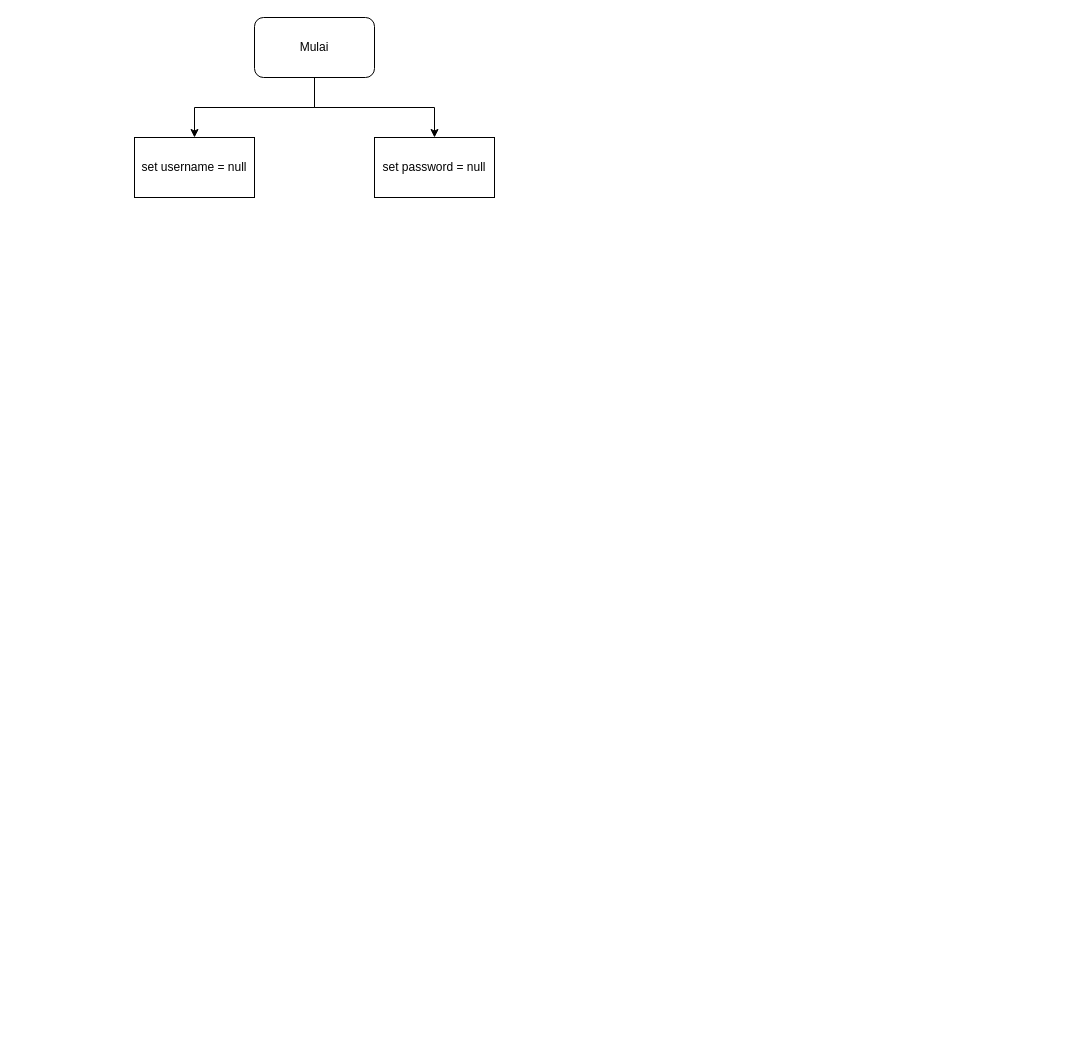
This is haiya.drawio from shinoaaa/nigachu, a draw.io file, before an edit. Source tidied: cells renumbered, new cells numbered last; positions are measured from the earlier drawing's top-left corner, leaving out a move shared by most shapes. Both pictures are drawn from the tidied source at 100%, with x=0, y=0 at pixel (134, 17).
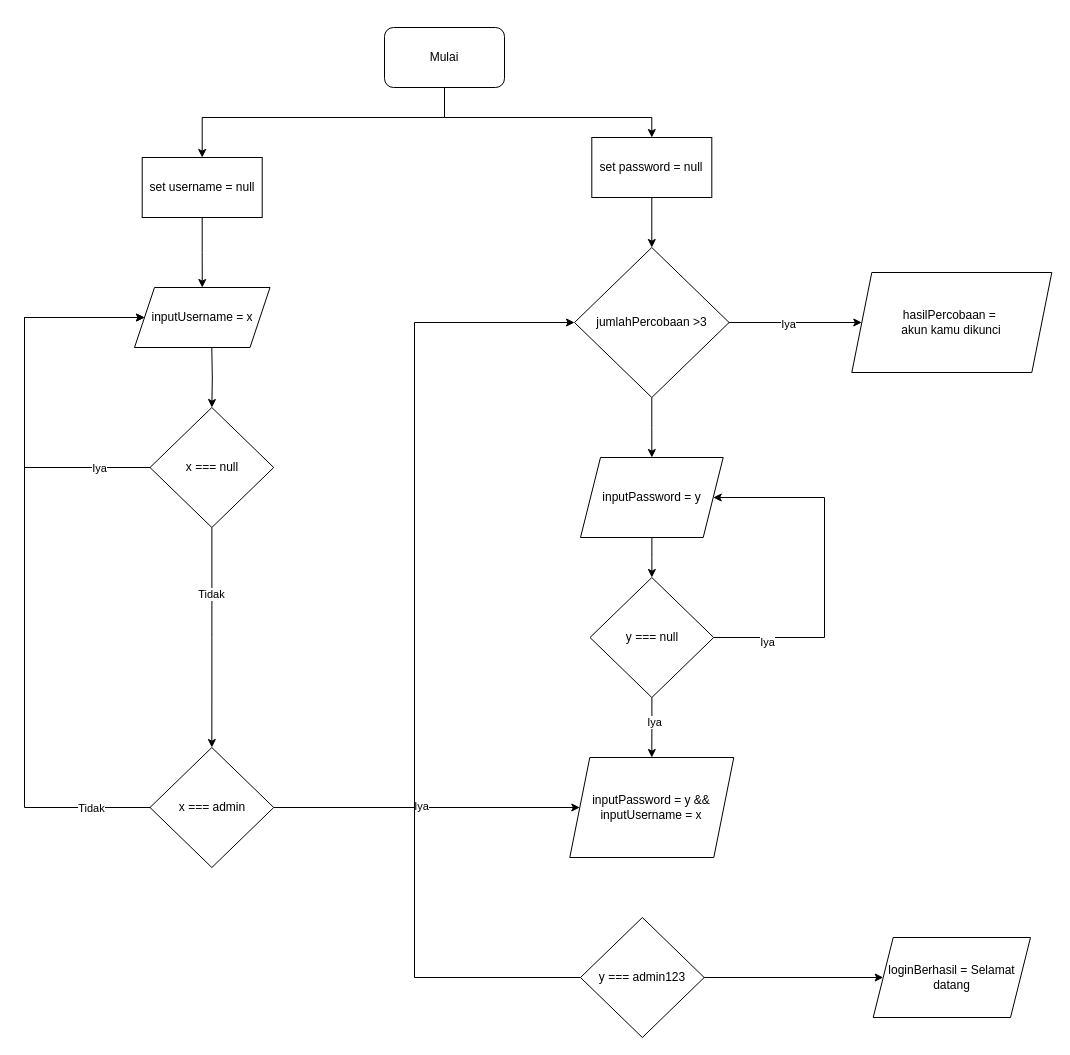
The same page after the edit.

What changed in the source:
```diff
@@
     <mxCell id="2" style="edgeStyle=orthogonalEdgeStyle;rounded=0;jettySize=auto;html=1;entryX=0.5;entryY=0;entryDx=0;entryDy=0;" parent="1" edge="1" source="4" target="6">
-      <mxGeometry relative="1" as="geometry" />
+      <mxGeometry relative="1" as="geometry">
+        <Array as="points">
+          <mxPoint x="310" y="100" />
+          <mxPoint x="517" y="100" />
+        </Array>
+      </mxGeometry>
     </mxCell>
     <mxCell id="3" style="edgeStyle=orthogonalEdgeStyle;rounded=0;jettySize=auto;html=1;entryX=0.5;entryY=0;entryDx=0;entryDy=0;" parent="1" edge="1" source="4" target="5">
-      <mxGeometry relative="1" as="geometry" />
+      <mxGeometry relative="1" as="geometry">
+        <Array as="points">
+          <mxPoint x="310" y="100" />
+          <mxPoint x="68" y="100" />
+        </Array>
+      </mxGeometry>
     </mxCell>
     <mxCell id="4" value="Mulai" style="rounded=1;whiteSpace=wrap;html=1;fillColor=light-dark(#FFFFFF,#F9F9F9);fontColor=light-dark(#000000,#050505);" parent="1" vertex="1">
-      <mxGeometry x="120" width="120" height="60" as="geometry" />
+      <mxGeometry x="250" y="10" width="120" height="60" as="geometry" />
     </mxCell>
+    <mxCell id="7" style="edgeStyle=orthogonalEdgeStyle;rounded=0;jettySize=auto;html=1;entryX=0.5;entryY=0;entryDx=0;entryDy=0;" parent="1" edge="1" source="5" target="25">
+      <mxGeometry relative="1" as="geometry" />
+    </mxCell>
     <mxCell id="5" value="set username = null" style="rounded=0;whiteSpace=wrap;html=1;fillColor=light-dark(#FFFFFF,#FFFFFF);fontColor=light-dark(#000000,#000000);" parent="1" vertex="1">
-      <mxGeometry y="120" width="120" height="60" as="geometry" />
+      <mxGeometry x="7.7" y="140" width="120" height="60" as="geometry" />
     </mxCell>
+    <mxCell id="8" style="edgeStyle=orthogonalEdgeStyle;rounded=0;jettySize=auto;html=1;entryX=0.5;entryY=0;entryDx=0;entryDy=0;" parent="1" edge="1" source="6" target="12">
+      <mxGeometry relative="1" as="geometry" />
+    </mxCell>
     <mxCell id="6" value="set password = null" style="rounded=0;whiteSpace=wrap;html=1;fillColor=light-dark(#FFFFFF,#FFFFFF);fontColor=light-dark(#000000,#000000);" parent="1" vertex="1">
-      <mxGeometry x="240" y="120" width="120" height="60" as="geometry" />
+      <mxGeometry x="457.3" y="120" width="120" height="60" as="geometry" />
     </mxCell>
+    <mxCell id="9" style="edgeStyle=orthogonalEdgeStyle;rounded=0;jettySize=auto;html=1;entryX=0;entryY=0.5;entryDx=0;entryDy=0;" parent="1" edge="1" source="12" target="24">
+      <mxGeometry relative="1" as="geometry" />
+    </mxCell>
+    <mxCell id="10" value="Iya" style="edgeLabel;html=1;align=center;verticalAlign=middle;" parent="9" vertex="1">
+      <mxGeometry x="-0.11" y="-1" relative="1" as="geometry" />
+    </mxCell>
+    <mxCell id="11" style="edgeStyle=orthogonalEdgeStyle;rounded=0;jettySize=auto;html=1;entryX=0.5;entryY=0;entryDx=0;entryDy=0;" parent="1" edge="1" source="12" target="27">
+      <mxGeometry relative="1" as="geometry" />
+    </mxCell>
+    <mxCell id="12" value="jumlahPercobaan &amp;gt;3" style="rhombus;whiteSpace=wrap;html=1;fillColor=light-dark(#FFFFFF,#FFFFFF);fontColor=light-dark(#000000,#040404);" parent="1" vertex="1">
+      <mxGeometry x="440" y="230" width="154.6" height="150" as="geometry" />
+    </mxCell>
+    <mxCell id="13" style="edgeStyle=orthogonalEdgeStyle;rounded=0;jettySize=auto;html=1;entryX=0.5;entryY=0;entryDx=0;entryDy=0;" parent="1" edge="1" target="18">
+      <mxGeometry relative="1" as="geometry">
+        <mxPoint x="77.3" y="330" as="sourcePoint" />
+      </mxGeometry>
+    </mxCell>
+    <mxCell id="14" style="edgeStyle=orthogonalEdgeStyle;rounded=0;jettySize=auto;html=1;entryX=0;entryY=0.5;entryDx=0;entryDy=0;exitX=0;exitY=0.5;exitDx=0;exitDy=0;" parent="1" edge="1" source="18" target="25">
+      <mxGeometry relative="1" as="geometry">
+        <Array as="points">
+          <mxPoint x="-110" y="450" />
+          <mxPoint x="-110" y="300" />
+        </Array>
+      </mxGeometry>
+    </mxCell>
+    <mxCell id="15" value="Iya" style="edgeLabel;html=1;align=center;verticalAlign=middle;" parent="14" vertex="1">
+      <mxGeometry x="-0.74" relative="1" as="geometry" />
+    </mxCell>
+    <mxCell id="16" style="edgeStyle=orthogonalEdgeStyle;rounded=0;jettySize=auto;html=1;entryX=0.5;entryY=0;entryDx=0;entryDy=0;" parent="1" edge="1" source="18" target="23">
+      <mxGeometry relative="1" as="geometry" />
+    </mxCell>
+    <mxCell id="17" value="Tidak" style="edgeLabel;html=1;align=center;verticalAlign=middle;" parent="16" vertex="1">
+      <mxGeometry x="-0.39" y="-1" relative="1" as="geometry" />
+    </mxCell>
+    <mxCell id="18" value="x === null" style="rhombus;whiteSpace=wrap;html=1;fillColor=light-dark(#FFFFFF,#FFFFFF);fontColor=light-dark(#000000,#040404);" parent="1" vertex="1">
+      <mxGeometry x="15.5" y="390" width="123.7" height="120" as="geometry" />
+    </mxCell>
+    <mxCell id="19" style="edgeStyle=orthogonalEdgeStyle;rounded=0;jettySize=auto;html=1;entryX=0;entryY=0.5;entryDx=0;entryDy=0;exitX=0;exitY=0.5;exitDx=0;exitDy=0;" parent="1" edge="1" source="23" target="25">
+      <mxGeometry relative="1" as="geometry">
+        <Array as="points">
+          <mxPoint x="-110" y="790" />
+          <mxPoint x="-110" y="300" />
+        </Array>
+      </mxGeometry>
+    </mxCell>
+    <mxCell id="20" value="Tidak" style="edgeLabel;html=1;align=center;verticalAlign=middle;" parent="19" vertex="1">
+      <mxGeometry x="-0.84" relative="1" as="geometry" />
+    </mxCell>
+    <mxCell id="21" style="edgeStyle=orthogonalEdgeStyle;rounded=0;jettySize=auto;html=1;entryX=0;entryY=0.5;entryDx=0;entryDy=0;" parent="1" edge="1" source="23" target="32">
+      <mxGeometry relative="1" as="geometry" />
+    </mxCell>
+    <mxCell id="22" value="Iya" style="edgeLabel;html=1;align=center;verticalAlign=middle;" parent="21" vertex="1">
+      <mxGeometry x="-0.04" y="3" relative="1" as="geometry">
+        <mxPoint y="1" as="offset" />
+      </mxGeometry>
+    </mxCell>
+    <mxCell id="23" value="x === admin" style="rhombus;whiteSpace=wrap;html=1;fillColor=light-dark(#FFFFFF,#FFFFFF);fontColor=light-dark(#000000,#040404);" parent="1" vertex="1">
+      <mxGeometry x="15.5" y="730" width="123.7" height="120" as="geometry" />
+    </mxCell>
+    <mxCell id="24" value="hasilPercobaan =&amp;nbsp;&lt;div&gt;akun kamu dikunci&lt;/div&gt;" style="shape=parallelogram;perimeter=parallelogramPerimeter;whiteSpace=wrap;html=1;fixedSize=1;fillColor=light-dark(#FFFFFF,#F0F0F0);fontColor=light-dark(#000000,#000000);" parent="1" vertex="1">
+      <mxGeometry x="717.3" y="255" width="200" height="100" as="geometry" />
+    </mxCell>
+    <mxCell id="25" value="inputUsername = x" style="shape=parallelogram;perimeter=parallelogramPerimeter;whiteSpace=wrap;html=1;fixedSize=1;fillColor=light-dark(#FFFFFF,#F0F0F0);fontColor=light-dark(#000000,#000000);" parent="1" vertex="1">
+      <mxGeometry y="270" width="135.5" height="60" as="geometry" />
+    </mxCell>
+    <mxCell id="26" style="edgeStyle=orthogonalEdgeStyle;rounded=0;jettySize=auto;html=1;entryX=0.5;entryY=0;entryDx=0;entryDy=0;" parent="1" edge="1" source="27" target="37">
+      <mxGeometry relative="1" as="geometry" />
+    </mxCell>
+    <mxCell id="27" value="inputPassword = y" style="shape=parallelogram;perimeter=parallelogramPerimeter;whiteSpace=wrap;html=1;fixedSize=1;fillColor=light-dark(#FFFFFF,#F0F0F0);fontColor=light-dark(#000000,#000000);" parent="1" vertex="1">
+      <mxGeometry x="446" y="440" width="142.7" height="80" as="geometry" />
+    </mxCell>
+    <mxCell id="28" style="edgeStyle=orthogonalEdgeStyle;rounded=0;jettySize=auto;html=1;entryX=0;entryY=0.5;entryDx=0;entryDy=0;" parent="1" edge="1" source="30" target="12">
+      <mxGeometry relative="1" as="geometry">
+        <Array as="points">
+          <mxPoint x="280" y="960" />
+          <mxPoint x="280" y="305" />
+        </Array>
+      </mxGeometry>
+    </mxCell>
+    <mxCell id="29" style="edgeStyle=orthogonalEdgeStyle;rounded=0;jettySize=auto;html=1;entryX=0;entryY=0.5;entryDx=0;entryDy=0;" parent="1" edge="1" source="30" target="31">
+      <mxGeometry relative="1" as="geometry" />
+    </mxCell>
+    <mxCell id="30" value="y === admin123" style="rhombus;whiteSpace=wrap;html=1;fillColor=light-dark(#FFFFFF,#FFFFFF);fontColor=light-dark(#000000,#040404);" parent="1" vertex="1">
+      <mxGeometry x="446" y="900" width="123.7" height="120" as="geometry" />
+    </mxCell>
+    <mxCell id="31" value="loginBerhasil = Selamat datang" style="shape=parallelogram;perimeter=parallelogramPerimeter;whiteSpace=wrap;html=1;fixedSize=1;fillColor=light-dark(#FFFFFF,#F0F0F0);fontColor=light-dark(#000000,#000000);" parent="1" vertex="1">
+      <mxGeometry x="738.7" y="920" width="157.3" height="80" as="geometry" />
+    </mxCell>
+    <mxCell id="32" value="inputPassword = y &amp;amp;&amp;amp;&lt;div&gt;inputUsername = x&lt;/div&gt;" style="shape=parallelogram;perimeter=parallelogramPerimeter;whiteSpace=wrap;html=1;fixedSize=1;fillColor=light-dark(#FFFFFF,#F0F0F0);fontColor=light-dark(#000000,#000000);" parent="1" vertex="1">
+      <mxGeometry x="435.3" y="740" width="164" height="100" as="geometry" />
+    </mxCell>
+    <mxCell id="33" style="edgeStyle=orthogonalEdgeStyle;rounded=0;jettySize=auto;html=1;entryX=1;entryY=0.5;entryDx=0;entryDy=0;" parent="1" edge="1" source="37" target="27">
+      <mxGeometry relative="1" as="geometry">
+        <Array as="points">
+          <mxPoint x="690" y="620" />
+          <mxPoint x="690" y="480" />
+        </Array>
+      </mxGeometry>
+    </mxCell>
+    <mxCell id="34" value="Iya" style="edgeLabel;html=1;align=center;verticalAlign=middle;" parent="33" vertex="1">
+      <mxGeometry x="-0.71" y="-3" relative="1" as="geometry">
+        <mxPoint y="1" as="offset" />
+      </mxGeometry>
+    </mxCell>
+    <mxCell id="35" style="edgeStyle=orthogonalEdgeStyle;rounded=0;jettySize=auto;html=1;" parent="1" edge="1" source="37" target="32">
+      <mxGeometry relative="1" as="geometry" />
+    </mxCell>
+    <mxCell id="36" value="Iya" style="edgeLabel;html=1;align=center;verticalAlign=middle;" parent="35" vertex="1">
+      <mxGeometry x="-0.18" y="2" relative="1" as="geometry" />
+    </mxCell>
+    <mxCell id="37" value="y === null" style="rhombus;whiteSpace=wrap;html=1;fillColor=light-dark(#FFFFFF,#FFFFFF);fontColor=light-dark(#000000,#040404);" parent="1" vertex="1">
+      <mxGeometry x="455.5" y="560" width="123.7" height="120" as="geometry" />
+    </mxCell>
```
